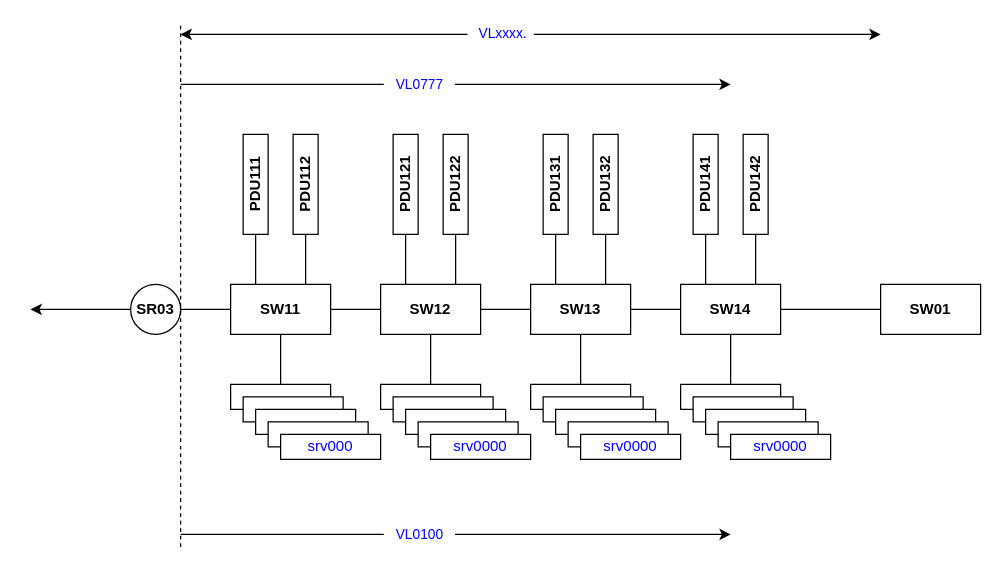
The draw.io diagram test.drawio in lipatkin-ky/devops-netology, before the edit. Source tidied: cells renumbered, new cells numbered last; positions are measured from the earlier drawing's top-left corner, leaving out a move shared by most shapes. Both pictures are drawn from the tidied source at 125%, with x=0, y=0 at pixel (30, 21).
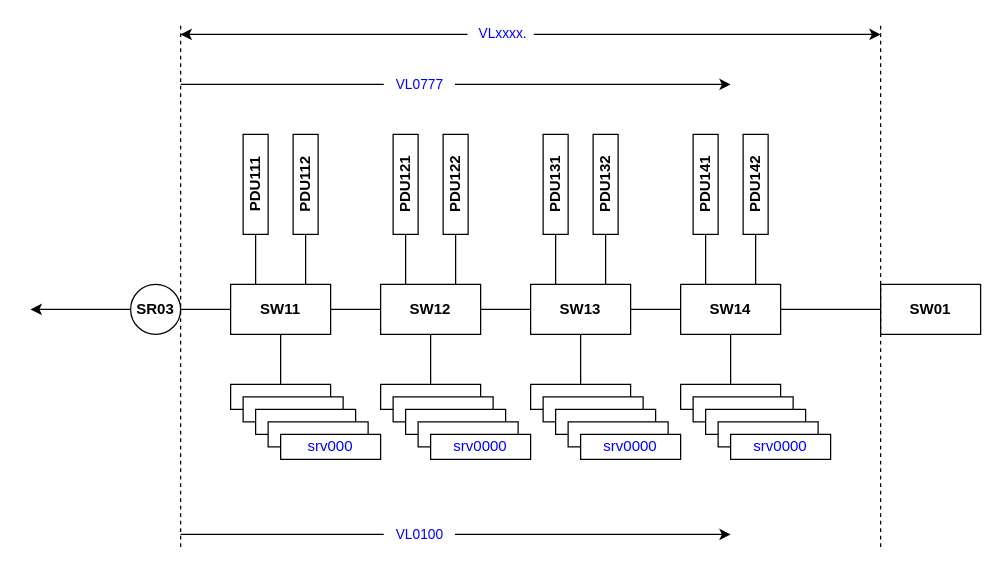
The same diagram, later.

Commit message:
Обновление  upg

The edit, as a diff of the source:
```diff
@@
+    <mxCell id="61" style="endArrow=none;dashed=1;html=1;fontColor=#0000FF;" parent="1" edge="1">
+      <mxGeometry relative="1" as="geometry">
+        <mxPoint x="680" y="420" as="sourcePoint" />
+        <mxPoint x="680" as="targetPoint" />
+      </mxGeometry>
+    </mxCell>
```
